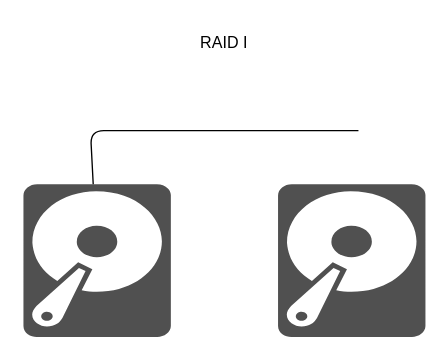
Earlier version of the draw.io diagram Grundlagen/img/raid.drawio (labpa/Schule). Source tidied: cells renumbered, new cells numbered last; positions are measured from the earlier drawing's top-left corner, leaving out a move shared by most shapes. Both pictures are drawn from the tidied source at 134%, with x=0, y=0 at pixel (23, 23).
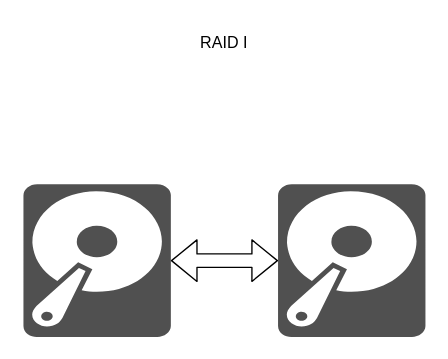
The same diagram, later.

The edit, as a diff of the source:
```diff
@@
 <mxGraphModel>
   <root>
     <mxCell id="0" />
     <mxCell id="1" parent="0" />
     <mxCell id="2" style="sketch=0;shadow=0;dashed=0;html=1;strokeColor=none;fillColor=#505050;labelPosition=center;verticalLabelPosition=bottom;verticalAlign=top;outlineConnect=0;align=center;shape=mxgraph.office.devices.hard_disk;" parent="1" vertex="1">
       <mxGeometry y="120" width="110" height="114" as="geometry" />
     </mxCell>
     <mxCell id="3" style="sketch=0;shadow=0;dashed=0;html=1;strokeColor=none;fillColor=#505050;labelPosition=center;verticalLabelPosition=bottom;verticalAlign=top;outlineConnect=0;align=center;shape=mxgraph.office.devices.hard_disk;" parent="1" vertex="1">
       <mxGeometry x="190" y="120" width="110" height="114" as="geometry" />
     </mxCell>
     <mxCell id="4" value="RAID I" style="text;html=1;strokeColor=none;fillColor=none;align=center;verticalAlign=middle;whiteSpace=wrap;rounded=0;" parent="1" vertex="1">
       <mxGeometry x="110" width="80" height="30" as="geometry" />
     </mxCell>
-    <mxCell id="5" style="endArrow=none;html=1;" parent="1" edge="1" source="2">
-      <mxGeometry relative="1" as="geometry">
-        <mxPoint x="250" y="80" as="targetPoint" />
-        <Array as="points">
-          <mxPoint x="50" y="80" />
-        </Array>
-      </mxGeometry>
-    </mxCell>
+    <mxCell id="6" style="shape=flexArrow;endArrow=classic;startArrow=classic;html=1;" parent="1" edge="1" source="2" target="3">
+      <mxGeometry relative="1" as="geometry" />
+    </mxCell>
   </root>
 </mxGraphModel>
```
